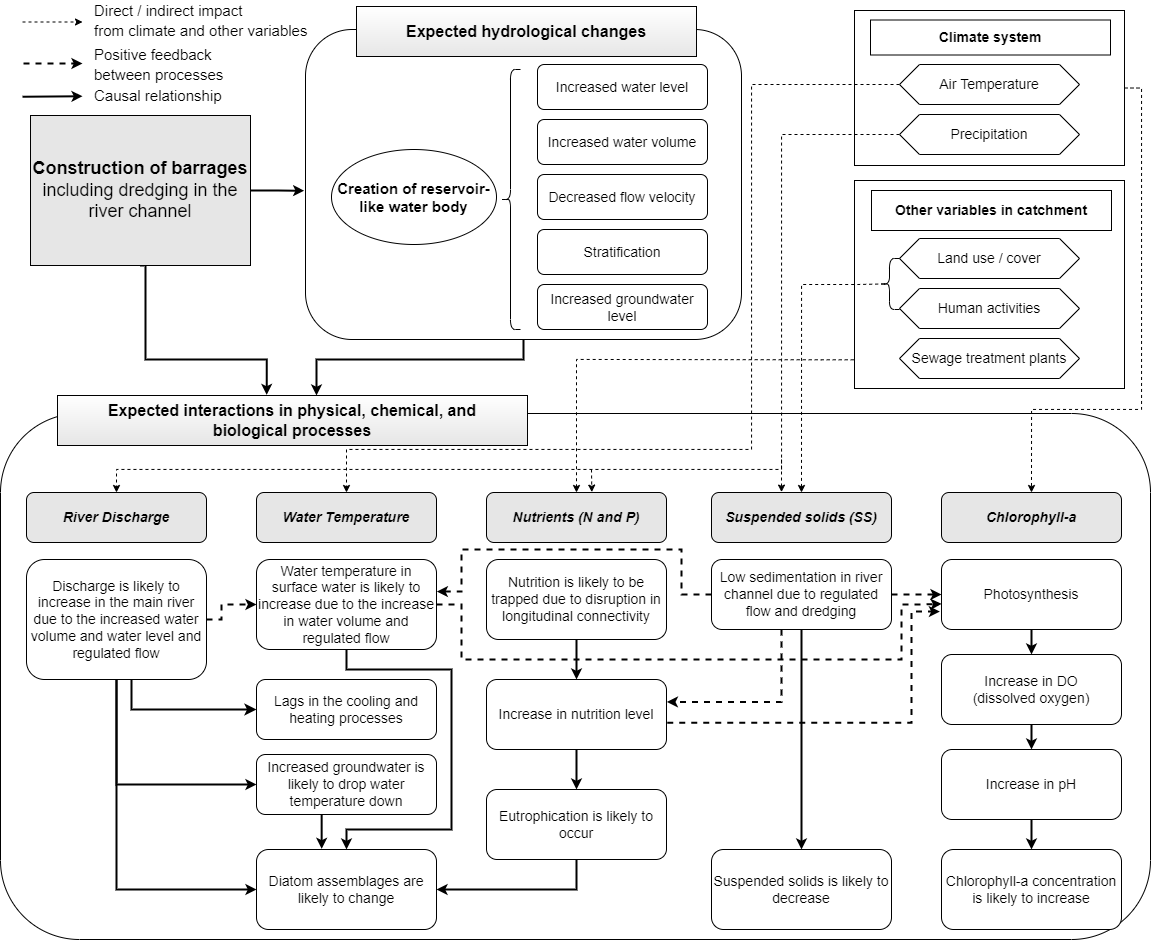
Above: Chapter 2 Expected changes.png in muyeoljung/PhD_Studyarea (draw.io), before the change. Source tidied: cells renumbered, new cells last; positions are measured from the earlier drawing's top-left corner, leaving out a move shared by most shapes.
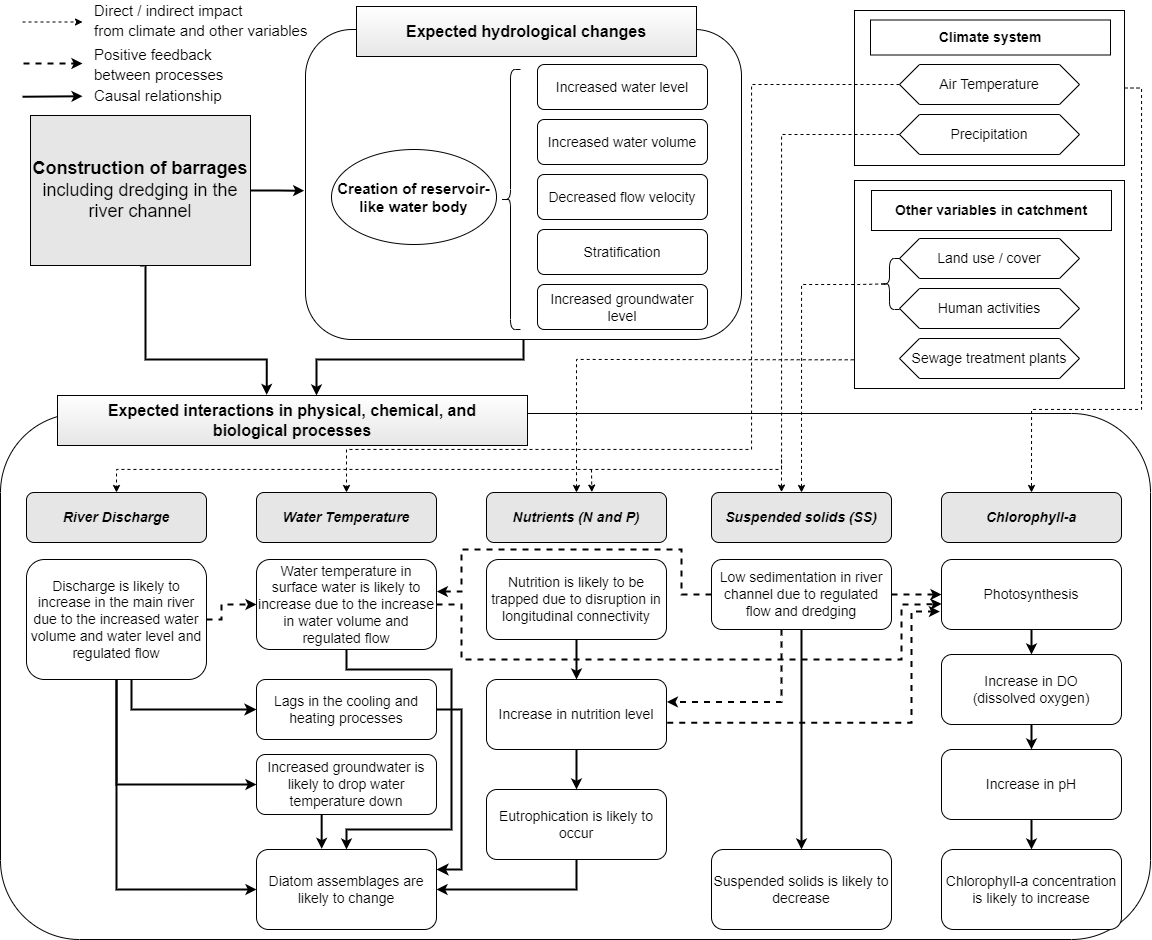
The same diagram one commit later.

Diff of the diagram source:
```diff
@@ -329,6 +329,14 @@
         </Array>
       </mxGeometry>
     </mxCell>
+    <mxCell id="78" style="edgeStyle=orthogonalEdgeStyle;rounded=0;jettySize=auto;html=1;exitX=1;exitY=0.5;exitDx=0;exitDy=0;entryX=1;entryY=0.25;entryDx=0;entryDy=0;startArrow=none;startFill=0;endArrow=classic;endFill=1;strokeWidth=2;" parent="1" edge="1" source="77" target="51">
+      <mxGeometry relative="1" as="geometry">
+        <Array as="points">
+          <mxPoint x="461" y="709" />
+          <mxPoint x="461" y="869" />
+        </Array>
+      </mxGeometry>
+    </mxCell>
     <mxCell id="77" value="Lags in the cooling and heating processes" style="rounded=1;whiteSpace=wrap;html=1;fontSize=14;" parent="1" vertex="1">
       <mxGeometry x="256" y="679" width="180" height="60" as="geometry" />
     </mxCell>
```
